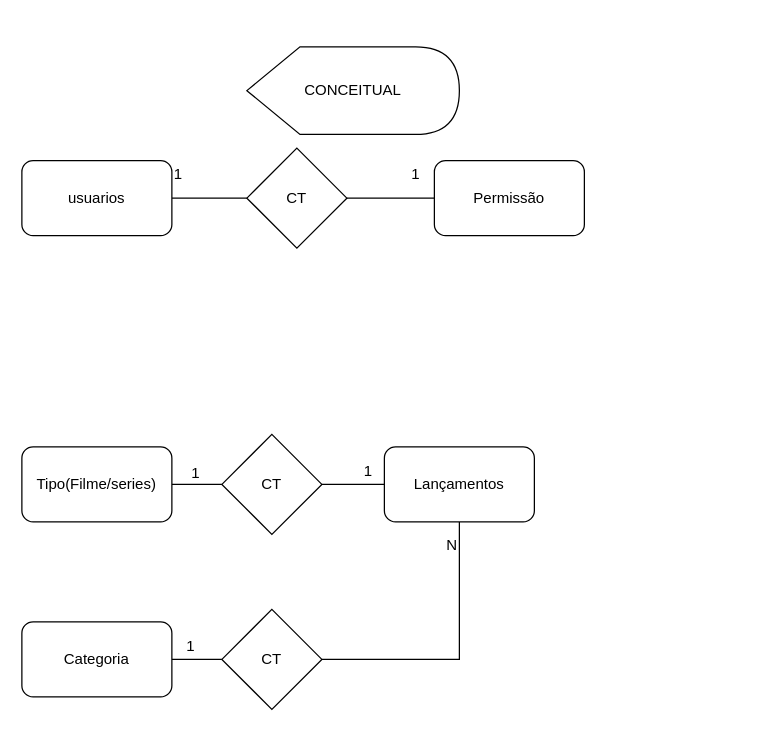
thetheu/Sprint1-Banco.de.dados keeps this draw.io diagram as page "Conceitual" (1 of 2) of OpFlix/Modelagem/OpFlix.Diagram.drawio. Above is the earlier version. Source tidied: cells renumbered, new cells numbered last; positions are measured from the earlier drawing's top-left corner, leaving out a move shared by most shapes. Both pictures are drawn from the tidied source at 125%, with x=0, y=0 at pixel (21, 46).
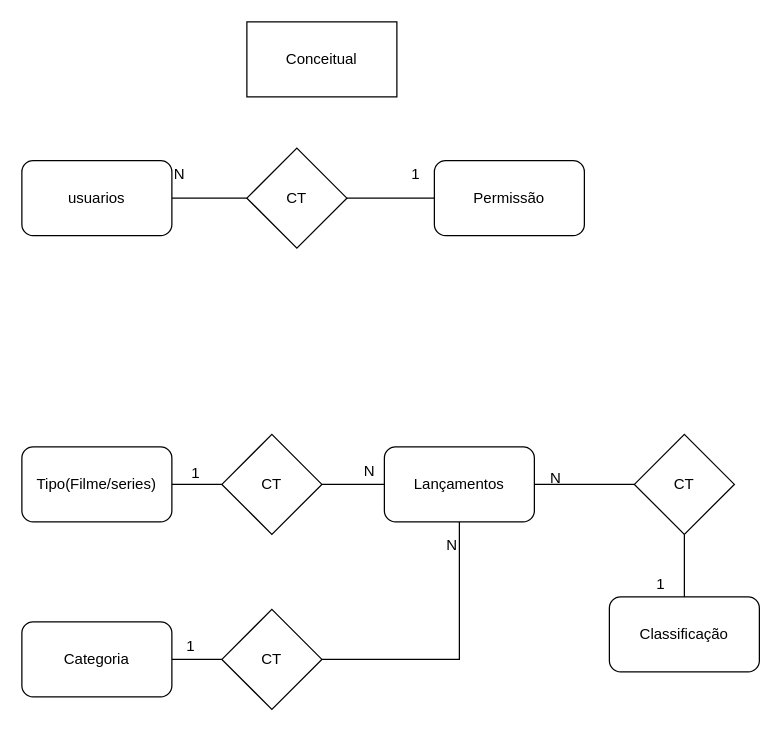
The same diagram, later.

Unchanged cells that the change refers to:
```xml
<mxCell id="6" value="Lançamentos" style="rounded=1;whiteSpace=wrap;html=1;" parent="1" vertex="1">
  <mxGeometry x="290" y="320" width="120" height="60" as="geometry" />
</mxCell>
```

The edit, as a diff of the source:
```diff
@@
+    <mxCell id="23" style="edgeStyle=orthogonalEdgeStyle;rounded=0;jettySize=auto;html=1;endArrow=none;endFill=0;" parent="1" edge="1" source="6" target="26">
+      <mxGeometry relative="1" as="geometry" />
+    </mxCell>
@@
-    <mxCell id="15" value="1" style="text;html=1;align=left;verticalAlign=top;spacingTop=-4;" parent="1" vertex="1">
+    <mxCell id="15" value="N" style="text;html=1;align=left;verticalAlign=top;spacingTop=-4;" parent="1" vertex="1">
       <mxGeometry x="272" y="330" width="20" height="20" as="geometry" />
     </mxCell>
@@
-    <mxCell id="20" value="1" style="text;html=1;align=left;verticalAlign=top;spacingTop=-4;" parent="1" vertex="1">
+    <mxCell id="20" value="N" style="text;html=1;align=left;verticalAlign=top;spacingTop=-4;" parent="1" vertex="1">
       <mxGeometry x="120" y="92" width="20" height="20" as="geometry" />
     </mxCell>
@@
-    <mxCell id="22" value="CONCEITUAL" style="shape=display;whiteSpace=wrap;html=1;" parent="1" vertex="1">
-      <mxGeometry x="180" width="170" height="70" as="geometry" />
-    </mxCell>
+    <mxCell id="24" value="Classificação" style="rounded=1;whiteSpace=wrap;html=1;" parent="1" vertex="1">
+      <mxGeometry x="470" y="440" width="120" height="60" as="geometry" />
+    </mxCell>
+    <mxCell id="25" style="edgeStyle=orthogonalEdgeStyle;rounded=0;jettySize=auto;html=1;endArrow=none;endFill=0;" parent="1" edge="1" source="26" target="24">
+      <mxGeometry relative="1" as="geometry" />
+    </mxCell>
+    <mxCell id="26" value="CT" style="rhombus;whiteSpace=wrap;html=1;" parent="1" vertex="1">
+      <mxGeometry x="490" y="310" width="80" height="80" as="geometry" />
+    </mxCell>
+    <mxCell id="27" value="N" style="text;html=1;align=left;verticalAlign=top;spacingTop=-4;" parent="1" vertex="1">
+      <mxGeometry x="421" y="335" width="20" height="20" as="geometry" />
+    </mxCell>
+    <mxCell id="28" value="1" style="text;html=1;align=left;verticalAlign=top;spacingTop=-4;" parent="1" vertex="1">
+      <mxGeometry x="506" y="420" width="20" height="20" as="geometry" />
+    </mxCell>
+    <mxCell id="29" value="Conceitual" style="rounded=0;whiteSpace=wrap;html=1;" parent="1" vertex="1">
+      <mxGeometry x="180" y="-20" width="120" height="60" as="geometry" />
+    </mxCell>
```
